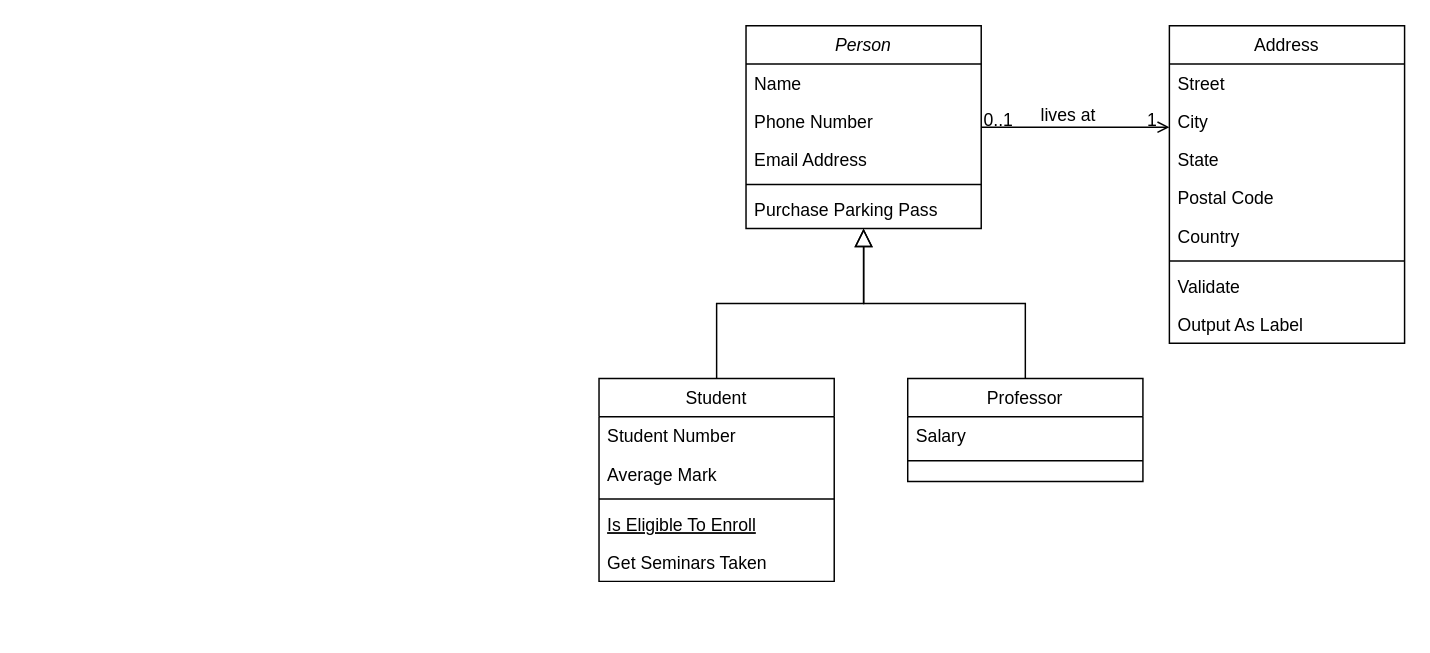
Above: documents/Design/expression_tree.drawio in LayanJethwa/graphical-calculator (draw.io), before the change. Source tidied: cells renumbered, new cells numbered last; positions are measured from the earlier drawing's top-left corner, leaving out a move shared by most shapes. Both pictures are drawn from the tidied source at 147%, with x=0, y=0 at pixel (598, 25).
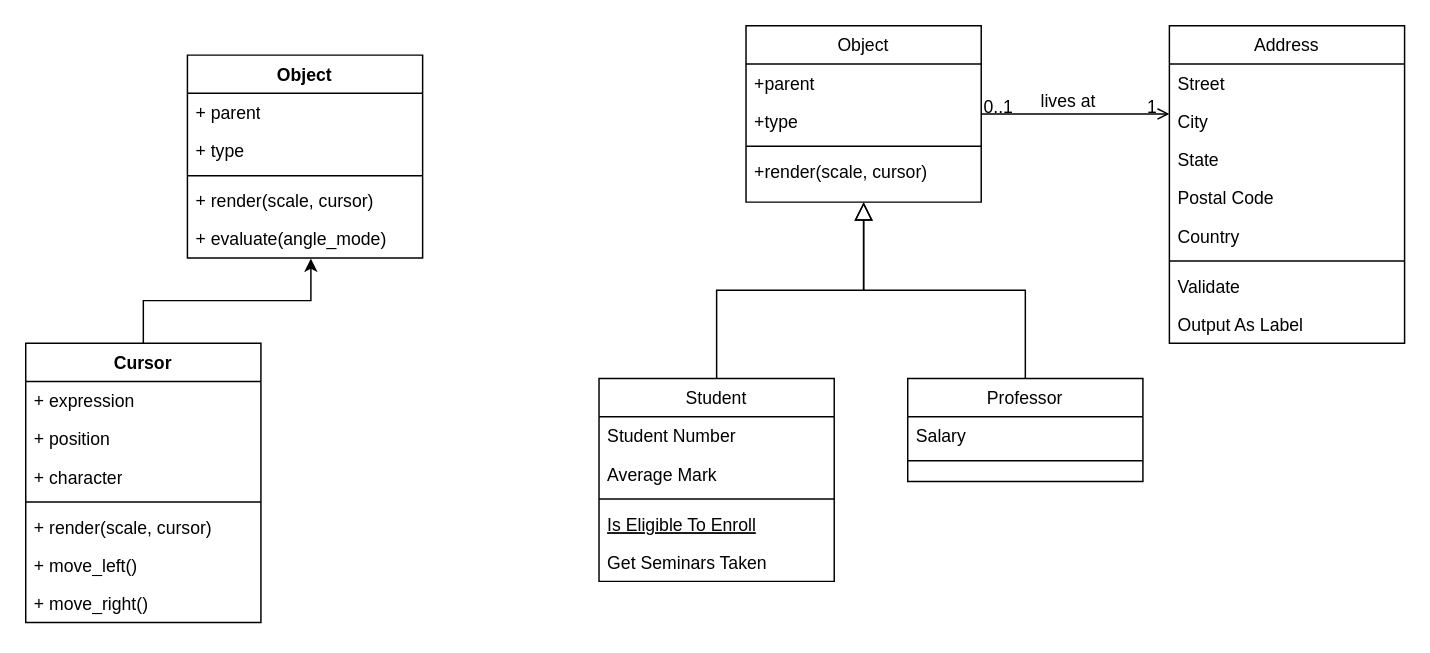
After the change.

The edit, as a diff of the source:
```diff
@@
-    <mxCell id="2" value="Person" style="swimlane;fontStyle=2;align=center;verticalAlign=top;horizontal=1;startSize=26;rounded=0;shadow=0;strokeWidth=1;" parent="1" vertex="1">
-      <mxGeometry x="100" width="160" height="138" as="geometry" />
+    <mxCell id="2" value="Object" style="swimlane;fontStyle=0;align=center;verticalAlign=top;horizontal=1;startSize=26;rounded=0;shadow=0;strokeWidth=1;" parent="1" vertex="1">
+      <mxGeometry x="100" width="160" height="120" as="geometry" />
     </mxCell>
-    <mxCell id="3" value="Name" style="text;align=left;verticalAlign=top;spacingLeft=4;spacingRight=4;overflow=hidden;" parent="2" vertex="1">
+    <mxCell id="3" value="+parent" style="text;align=left;verticalAlign=top;spacingLeft=4;spacingRight=4;overflow=hidden;" parent="2" vertex="1">
       <mxGeometry y="26" width="160" height="26" as="geometry" />
     </mxCell>
-    <mxCell id="4" value="Phone Number" style="text;align=left;verticalAlign=top;spacingLeft=4;spacingRight=4;overflow=hidden;rounded=0;shadow=0;html=0;" parent="2" vertex="1">
+    <mxCell id="4" value="+type" style="text;align=left;verticalAlign=top;spacingLeft=4;spacingRight=4;overflow=hidden;rounded=0;shadow=0;html=0;" parent="2" vertex="1">
       <mxGeometry y="52" width="160" height="26" as="geometry" />
     </mxCell>
-    <mxCell id="5" value="Email Address" style="text;align=left;verticalAlign=top;spacingLeft=4;spacingRight=4;overflow=hidden;rounded=0;shadow=0;html=0;" parent="2" vertex="1">
-      <mxGeometry y="78" width="160" height="26" as="geometry" />
-    </mxCell>
     <mxCell id="6" style="line;html=1;strokeWidth=1;align=left;verticalAlign=middle;spacingTop=-1;spacingLeft=3;spacingRight=3;labelPosition=right;" parent="2" vertex="1">
-      <mxGeometry y="104" width="160" height="8" as="geometry" />
+      <mxGeometry y="78" width="160" height="8" as="geometry" />
     </mxCell>
-    <mxCell id="7" value="Purchase Parking Pass" style="text;align=left;verticalAlign=top;spacingLeft=4;spacingRight=4;overflow=hidden;" parent="2" vertex="1">
-      <mxGeometry y="112" width="160" height="26" as="geometry" />
+    <mxCell id="7" value="+render(scale, cursor)" style="text;align=left;verticalAlign=top;spacingLeft=4;spacingRight=4;overflow=hidden;" parent="2" vertex="1">
+      <mxGeometry y="86" width="160" height="26" as="geometry" />
     </mxCell>
@@
+    <mxCell id="32" value="Object" style="swimlane;fontStyle=1;align=center;verticalAlign=top;horizontal=1;startSize=26;whiteSpace=wrap;html=1;" parent="1" vertex="1">
+      <mxGeometry x="-280" y="20" width="160" height="138" as="geometry" />
+    </mxCell>
+    <mxCell id="33" value="+ parent" style="text;strokeColor=none;fillColor=none;align=left;verticalAlign=top;spacingLeft=4;spacingRight=4;overflow=hidden;whiteSpace=wrap;html=1;" parent="32" vertex="1">
+      <mxGeometry y="26" width="160" height="26" as="geometry" />
+    </mxCell>
+    <mxCell id="34" value="+ type" style="text;strokeColor=none;fillColor=none;align=left;verticalAlign=top;spacingLeft=4;spacingRight=4;overflow=hidden;whiteSpace=wrap;html=1;" parent="32" vertex="1">
+      <mxGeometry y="52" width="160" height="26" as="geometry" />
+    </mxCell>
+    <mxCell id="35" style="line;strokeWidth=1;fillColor=none;align=left;verticalAlign=middle;spacingTop=-1;spacingLeft=3;spacingRight=3;labelPosition=right;strokeColor=inherit;" parent="32" vertex="1">
+      <mxGeometry y="78" width="160" height="8" as="geometry" />
+    </mxCell>
+    <mxCell id="36" value="+ render(scale, cursor)" style="text;strokeColor=none;fillColor=none;align=left;verticalAlign=top;spacingLeft=4;spacingRight=4;overflow=hidden;whiteSpace=wrap;html=1;" parent="32" vertex="1">
+      <mxGeometry y="86" width="160" height="26" as="geometry" />
+    </mxCell>
+    <mxCell id="37" value="+ evaluate(angle_mode)" style="text;strokeColor=none;fillColor=none;align=left;verticalAlign=top;spacingLeft=4;spacingRight=4;overflow=hidden;points=[[0,0.5],[1,0.5]];portConstraint=eastwest;whiteSpace=wrap;html=1;" parent="32" vertex="1">
+      <mxGeometry y="112" width="160" height="26" as="geometry" />
+    </mxCell>
+    <mxCell id="38" value="Cursor" style="swimlane;fontStyle=1;align=center;verticalAlign=top;horizontal=1;startSize=26;whiteSpace=wrap;html=1;" parent="1" vertex="1">
+      <mxGeometry x="-390" y="216" width="160" height="190" as="geometry" />
+    </mxCell>
+    <mxCell id="39" value="+ expression" style="text;strokeColor=none;fillColor=none;align=left;verticalAlign=top;spacingLeft=4;spacingRight=4;overflow=hidden;whiteSpace=wrap;html=1;" parent="38" vertex="1">
+      <mxGeometry y="26" width="160" height="26" as="geometry" />
+    </mxCell>
+    <mxCell id="40" value="+ position" style="text;strokeColor=none;fillColor=none;align=left;verticalAlign=top;spacingLeft=4;spacingRight=4;overflow=hidden;whiteSpace=wrap;html=1;" parent="38" vertex="1">
+      <mxGeometry y="52" width="160" height="26" as="geometry" />
+    </mxCell>
+    <mxCell id="41" value="+ character" style="text;strokeColor=none;fillColor=none;align=left;verticalAlign=top;spacingLeft=4;spacingRight=4;overflow=hidden;whiteSpace=wrap;html=1;" parent="38" vertex="1">
+      <mxGeometry y="78" width="160" height="26" as="geometry" />
+    </mxCell>
+    <mxCell id="42" style="line;strokeWidth=1;fillColor=none;align=left;verticalAlign=middle;spacingTop=-1;spacingLeft=3;spacingRight=3;labelPosition=right;strokeColor=inherit;" parent="38" vertex="1">
+      <mxGeometry y="104" width="160" height="8" as="geometry" />
+    </mxCell>
+    <mxCell id="43" value="+ render(scale, cursor)" style="text;strokeColor=none;fillColor=none;align=left;verticalAlign=top;spacingLeft=4;spacingRight=4;overflow=hidden;whiteSpace=wrap;html=1;" parent="38" vertex="1">
+      <mxGeometry y="112" width="160" height="26" as="geometry" />
+    </mxCell>
+    <mxCell id="44" value="+ move_left()" style="text;strokeColor=none;fillColor=none;align=left;verticalAlign=top;spacingLeft=4;spacingRight=4;overflow=hidden;whiteSpace=wrap;html=1;" parent="38" vertex="1">
+      <mxGeometry y="138" width="160" height="26" as="geometry" />
+    </mxCell>
+    <mxCell id="45" value="+ move_right()" style="text;strokeColor=none;fillColor=none;align=left;verticalAlign=top;spacingLeft=4;spacingRight=4;overflow=hidden;whiteSpace=wrap;html=1;" parent="38" vertex="1">
+      <mxGeometry y="164" width="160" height="26" as="geometry" />
+    </mxCell>
+    <mxCell id="46" style="edgeStyle=orthogonalEdgeStyle;rounded=0;jettySize=auto;html=1;exitX=0.5;exitY=0;exitDx=0;exitDy=0;entryX=0.525;entryY=1.016;entryDx=0;entryDy=0;entryPerimeter=0;" parent="1" edge="1" source="38" target="37">
+      <mxGeometry relative="1" as="geometry" />
+    </mxCell>
```
